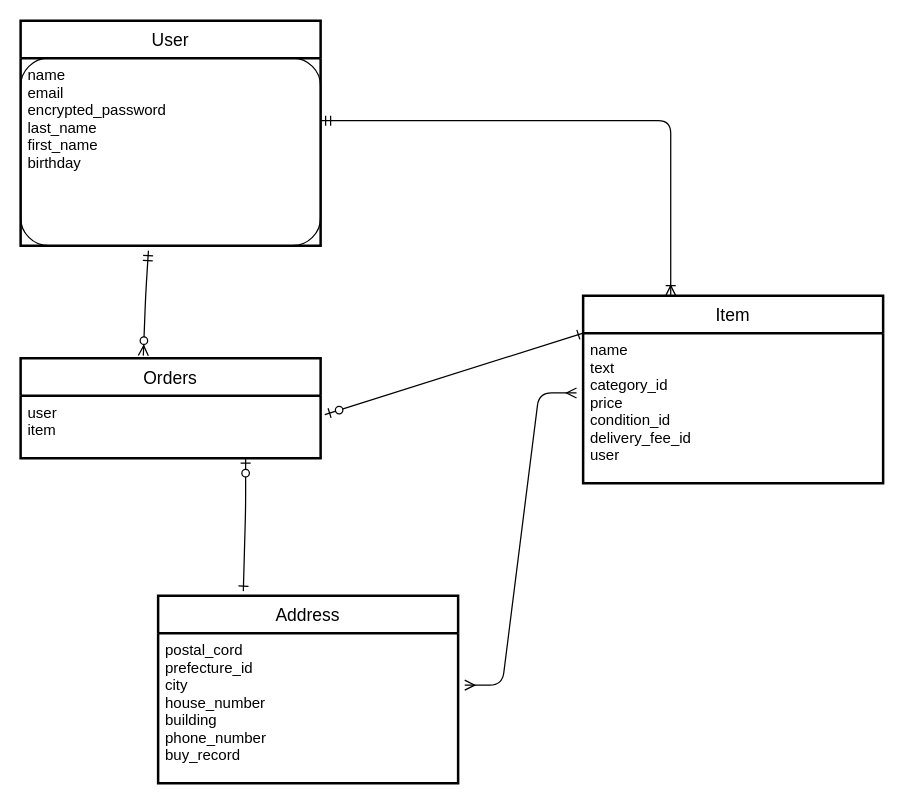
Above: furima.dio in hiroyuki0905/furima-39210 (draw.io), before the change. Source tidied: cells renumbered, new cells numbered last; positions are measured from the earlier drawing's top-left corner, leaving out a move shared by most shapes. Both pictures are drawn from the tidied source at 125%, with x=0, y=0 at pixel (20, 20).
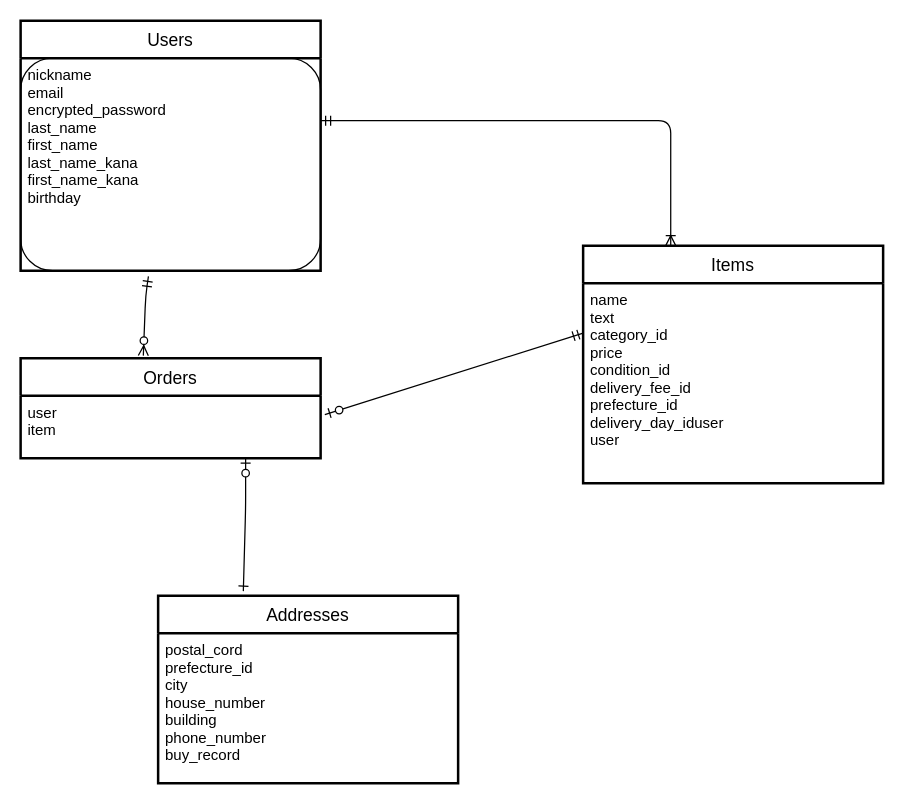
The same diagram, later.

Commit message (it also covers changes not shown here):
データベース設計修正

The change refers to these unchanged cells:
```xml
<mxCell id="5" value="postal_cord&#10;prefecture_id&#10;city&#10;house_number&#10;building&#10;phone_number&#10;buy_record" style="align=left;strokeColor=none;fillColor=none;spacingLeft=4;fontSize=12;verticalAlign=top;rounded=1;" parent="4" vertex="1">
  <mxGeometry y="30" width="240" height="120" as="geometry" />
</mxCell>
<mxCell id="9" value="user&#10;item" style="align=left;strokeColor=none;fillColor=none;spacingLeft=4;fontSize=12;verticalAlign=top;rounded=1;" parent="8" vertex="1">
  <mxGeometry y="30" width="240" height="50" as="geometry" />
</mxCell>
```

What changed in the source:
```diff
@@
-    <mxCell id="2" value="User" style="swimlane;horizontal=1;startSize=30;rounded=1;fontSize=14;fontStyle=0;strokeWidth=2;shadow=0;dashed=0;align=center;arcSize=0;" parent="1" vertex="1">
-      <mxGeometry width="240" height="180" as="geometry" />
+    <mxCell id="2" value="Users" style="swimlane;horizontal=1;startSize=30;rounded=1;fontSize=14;fontStyle=0;strokeWidth=2;shadow=0;dashed=0;align=center;arcSize=0;" parent="1" vertex="1">
+      <mxGeometry width="240" height="200" as="geometry" />
     </mxCell>
-    <mxCell id="3" value="name&#10;email&#10;encrypted_password&#10;last_name&#10;first_name &#10;birthday " style="align=left;strokeColor=default;fillColor=none;spacingLeft=4;fontSize=12;verticalAlign=top;rounded=1;" parent="2" vertex="1">
-      <mxGeometry y="30" width="240" height="150" as="geometry" />
+    <mxCell id="3" value="nickname &#10;email&#10;encrypted_password&#10;last_name&#10;first_name &#10;last_name_kana&#10;first_name_kana&#10;birthday " style="align=left;strokeColor=default;fillColor=none;spacingLeft=4;fontSize=12;verticalAlign=top;rounded=1;" parent="2" vertex="1">
+      <mxGeometry y="30" width="240" height="170" as="geometry" />
     </mxCell>
-    <mxCell id="4" value="Address" style="swimlane;horizontal=1;startSize=30;rounded=1;fontSize=14;fontStyle=0;strokeWidth=2;shadow=0;dashed=0;align=center;arcSize=0;" parent="1" vertex="1">
+    <mxCell id="4" value="Addresses" style="swimlane;horizontal=1;startSize=30;rounded=1;fontSize=14;fontStyle=0;strokeWidth=2;shadow=0;dashed=0;align=center;arcSize=0;" parent="1" vertex="1">
       <mxGeometry x="110" y="460" width="240" height="150" as="geometry" />
     </mxCell>
@@
-    <mxCell id="6" value="Item" style="swimlane;horizontal=1;startSize=30;rounded=1;fontSize=14;fontStyle=0;strokeWidth=2;shadow=0;dashed=0;align=center;arcSize=0;" parent="1" vertex="1">
-      <mxGeometry x="450" y="220" width="240" height="150" as="geometry" />
+    <mxCell id="6" value="Items" style="swimlane;horizontal=1;startSize=30;rounded=1;fontSize=14;fontStyle=0;strokeWidth=2;shadow=0;dashed=0;align=center;arcSize=0;" parent="1" vertex="1">
+      <mxGeometry x="450" y="180" width="240" height="190" as="geometry" />
     </mxCell>
-    <mxCell id="7" value="name&#10;text&#10;category_id&#10;price&#10;condition_id&#10;delivery_fee_id&#10;user" style="align=left;strokeColor=none;fillColor=none;spacingLeft=4;fontSize=12;verticalAlign=top;rounded=1;" parent="6" vertex="1">
-      <mxGeometry y="30" width="240" height="120" as="geometry" />
+    <mxCell id="7" value="name&#10;text&#10;category_id&#10;price&#10;condition_id&#10;delivery_fee_id&#10; prefecture_id&#10;delivery_day_iduser&#10;user" style="align=left;strokeColor=none;fillColor=none;spacingLeft=4;fontSize=12;verticalAlign=top;rounded=1;" parent="6" vertex="1">
+      <mxGeometry y="30" width="240" height="160" as="geometry" />
     </mxCell>
@@
-    <mxCell id="10" style="edgeStyle=entityRelationEdgeStyle;fontSize=12;html=1;endArrow=ERmany;startArrow=ERmany;rounded=1;hachureGap=4;fontFamily=Architects Daughter;elbow=vertical;entryX=-0.022;entryY=0.399;entryDx=0;entryDy=0;entryPerimeter=0;exitX=1.022;exitY=0.347;exitDx=0;exitDy=0;exitPerimeter=0;" parent="1" edge="1" source="5" target="7">
-      <mxGeometry relative="1" as="geometry" />
-    </mxCell>
@@
-    <mxCell id="14" style="fontSize=12;html=1;endArrow=ERzeroToOne;startArrow=ERone;startFill=0;entryX=1.014;entryY=0.303;entryDx=0;entryDy=0;entryPerimeter=0;" parent="1" edge="1" target="9">
+    <mxCell id="14" style="fontSize=12;html=1;endArrow=ERzeroToOne;startArrow=ERmandOne;startFill=0;entryX=1.014;entryY=0.303;entryDx=0;entryDy=0;entryPerimeter=0;" parent="1" edge="1" target="9">
       <mxGeometry relative="1" as="geometry">
         <mxPoint x="450" y="250" as="sourcePoint" />
       </mxGeometry>
     </mxCell>
```
